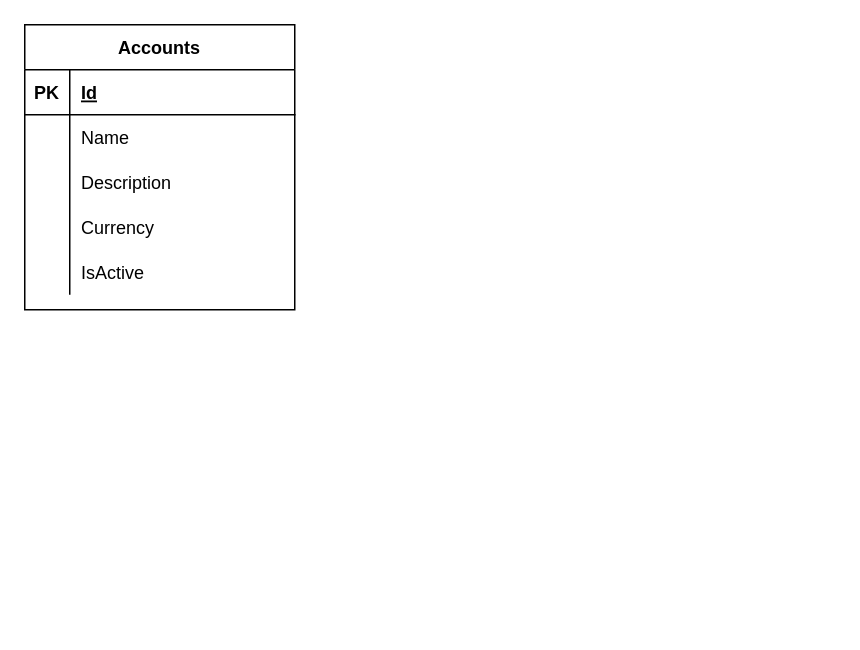
The draw.io diagram api/docs/database/database.drawio in My-Financial-Hub/core-api, before the edit. Source tidied: cells renumbered, new cells numbered last; positions are measured from the earlier drawing's top-left corner, leaving out a move shared by most shapes. Both pictures are drawn from the tidied source at 150%, with x=0, y=0 at pixel (24, 24).
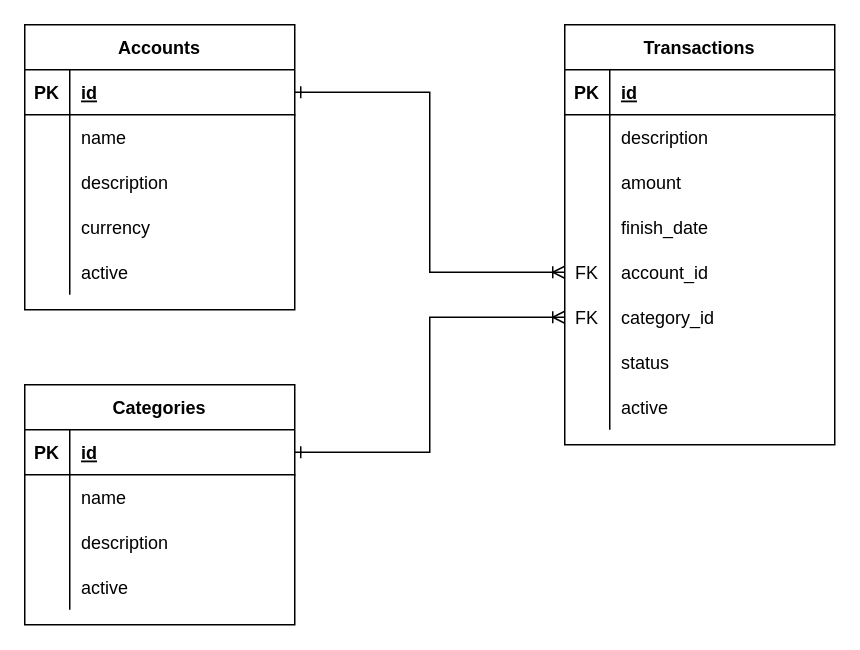
After the change.

Unchanged cells that the change refers to:
```xml
<mxCell id="3" style="shape=partialRectangle;fillColor=none;top=0;left=0;bottom=1;right=0;points=[[0,0.5],[1,0.5]];portConstraint=eastwest;" parent="2" vertex="1">
  <mxGeometry y="30" width="180" height="30" as="geometry" />
</mxCell>
<mxCell id="6" style="shape=partialRectangle;fillColor=none;top=0;left=0;bottom=0;right=0;" parent="2" vertex="1">
  <mxGeometry y="60" width="180" height="30" as="geometry" />
</mxCell>
<mxCell id="9" style="shape=partialRectangle;fillColor=none;top=0;left=0;bottom=0;right=0;" parent="2" vertex="1">
  <mxGeometry y="90" width="180" height="30" as="geometry" />
</mxCell>
<mxCell id="12" style="shape=partialRectangle;fillColor=none;top=0;left=0;bottom=0;right=0;" parent="2" vertex="1">
  <mxGeometry y="120" width="180" height="30" as="geometry" />
</mxCell>
<mxCell id="15" style="shape=partialRectangle;fillColor=none;top=0;left=0;bottom=0;right=0;" parent="2" vertex="1">
  <mxGeometry y="150" width="180" height="30" as="geometry" />
</mxCell>
```

The edit, as a diff of the source:
```diff
@@
-    <mxCell id="5" value="Id" style="shape=partialRectangle;fillColor=none;top=0;left=0;bottom=0;right=0;align=left;spacingLeft=6;fontStyle=5;overflow=hidden;" parent="3" vertex="1">
+    <mxCell id="5" value="id" style="shape=partialRectangle;fillColor=none;top=0;left=0;bottom=0;right=0;align=left;spacingLeft=6;fontStyle=5;overflow=hidden;" parent="3" vertex="1">
       <mxGeometry x="30" width="150" height="30" as="geometry" />
     </mxCell>
@@
-    <mxCell id="8" value="Name" style="shape=partialRectangle;fillColor=none;top=0;left=0;bottom=0;right=0;align=left;spacingLeft=6;overflow=hidden;" parent="6" vertex="1">
+    <mxCell id="8" value="name" style="shape=partialRectangle;fillColor=none;top=0;left=0;bottom=0;right=0;align=left;spacingLeft=6;overflow=hidden;" parent="6" vertex="1">
       <mxGeometry x="30" width="150" height="30" as="geometry" />
     </mxCell>
@@
-    <mxCell id="11" value="Description" style="shape=partialRectangle;fillColor=none;top=0;left=0;bottom=0;right=0;align=left;spacingLeft=6;overflow=hidden;" parent="9" vertex="1">
+    <mxCell id="11" value="description" style="shape=partialRectangle;fillColor=none;top=0;left=0;bottom=0;right=0;align=left;spacingLeft=6;overflow=hidden;" parent="9" vertex="1">
       <mxGeometry x="30" width="150" height="30" as="geometry" />
     </mxCell>
@@
-    <mxCell id="14" value="Currency" style="shape=partialRectangle;fillColor=none;top=0;left=0;bottom=0;right=0;align=left;spacingLeft=6;overflow=hidden;" parent="12" vertex="1">
+    <mxCell id="14" value="currency" style="shape=partialRectangle;fillColor=none;top=0;left=0;bottom=0;right=0;align=left;spacingLeft=6;overflow=hidden;" parent="12" vertex="1">
       <mxGeometry x="30" width="150" height="30" as="geometry" />
     </mxCell>
@@
-    <mxCell id="17" value="IsActive" style="shape=partialRectangle;fillColor=none;top=0;left=0;bottom=0;right=0;align=left;spacingLeft=6;overflow=hidden;" parent="15" vertex="1">
+    <mxCell id="17" value="active" style="shape=partialRectangle;fillColor=none;top=0;left=0;bottom=0;right=0;align=left;spacingLeft=6;overflow=hidden;" parent="15" vertex="1">
       <mxGeometry x="30" width="150" height="30" as="geometry" />
     </mxCell>
+    <mxCell id="18" value="Categories" style="shape=table;startSize=30;childLayout=tableLayout;rowLines=0;fontStyle=1;align=center;" parent="1" vertex="1">
+      <mxGeometry y="240" width="180" height="160" as="geometry" />
+    </mxCell>
+    <mxCell id="19" style="shape=partialRectangle;fillColor=none;top=0;left=0;bottom=1;right=0;points=[[0,0.5],[1,0.5]];portConstraint=eastwest;" parent="18" vertex="1">
+      <mxGeometry y="30" width="180" height="30" as="geometry" />
+    </mxCell>
+    <mxCell id="20" value="PK" style="shape=partialRectangle;fillColor=none;top=0;left=0;bottom=0;right=0;fontStyle=1;overflow=hidden;" parent="19" vertex="1">
+      <mxGeometry width="30" height="30" as="geometry" />
+    </mxCell>
+    <mxCell id="21" value="id" style="shape=partialRectangle;fillColor=none;top=0;left=0;bottom=0;right=0;align=left;spacingLeft=6;fontStyle=5;overflow=hidden;" parent="19" vertex="1">
+      <mxGeometry x="30" width="150" height="30" as="geometry" />
+    </mxCell>
+    <mxCell id="22" style="shape=partialRectangle;fillColor=none;top=0;left=0;bottom=0;right=0;" parent="18" vertex="1">
+      <mxGeometry y="60" width="180" height="30" as="geometry" />
+    </mxCell>
+    <mxCell id="23" style="shape=partialRectangle;fillColor=none;top=0;left=0;bottom=0;right=0;overflow=hidden;" parent="22" vertex="1">
+      <mxGeometry width="30" height="30" as="geometry" />
+    </mxCell>
+    <mxCell id="24" value="name" style="shape=partialRectangle;fillColor=none;top=0;left=0;bottom=0;right=0;align=left;spacingLeft=6;overflow=hidden;" parent="22" vertex="1">
+      <mxGeometry x="30" width="150" height="30" as="geometry" />
+    </mxCell>
+    <mxCell id="25" style="shape=partialRectangle;fillColor=none;top=0;left=0;bottom=0;right=0;" parent="18" vertex="1">
+      <mxGeometry y="90" width="180" height="30" as="geometry" />
+    </mxCell>
+    <mxCell id="26" style="shape=partialRectangle;fillColor=none;top=0;left=0;bottom=0;right=0;overflow=hidden;" parent="25" vertex="1">
+      <mxGeometry width="30" height="30" as="geometry" />
+    </mxCell>
+    <mxCell id="27" value="description" style="shape=partialRectangle;fillColor=none;top=0;left=0;bottom=0;right=0;align=left;spacingLeft=6;overflow=hidden;" parent="25" vertex="1">
+      <mxGeometry x="30" width="150" height="30" as="geometry" />
+    </mxCell>
+    <mxCell id="28" style="shape=partialRectangle;fillColor=none;top=0;left=0;bottom=0;right=0;" parent="18" vertex="1">
+      <mxGeometry y="120" width="180" height="30" as="geometry" />
+    </mxCell>
+    <mxCell id="29" style="shape=partialRectangle;fillColor=none;top=0;left=0;bottom=0;right=0;overflow=hidden;" parent="28" vertex="1">
+      <mxGeometry width="30" height="30" as="geometry" />
+    </mxCell>
+    <mxCell id="30" value="active" style="shape=partialRectangle;fillColor=none;top=0;left=0;bottom=0;right=0;align=left;spacingLeft=6;overflow=hidden;" parent="28" vertex="1">
+      <mxGeometry x="30" width="150" height="30" as="geometry" />
+    </mxCell>
+    <mxCell id="31" value="Transactions" style="shape=table;startSize=30;childLayout=tableLayout;rowLines=0;fontStyle=1;align=center;" parent="1" vertex="1">
+      <mxGeometry x="360" width="180" height="280" as="geometry" />
+    </mxCell>
+    <mxCell id="32" style="shape=partialRectangle;fillColor=none;top=0;left=0;bottom=1;right=0;" parent="31" vertex="1">
+      <mxGeometry y="30" width="180" height="30" as="geometry" />
+    </mxCell>
+    <mxCell id="33" value="PK" style="shape=partialRectangle;fillColor=none;top=0;left=0;bottom=0;right=0;fontStyle=1;overflow=hidden;" parent="32" vertex="1">
+      <mxGeometry width="30" height="30" as="geometry" />
+    </mxCell>
+    <mxCell id="34" value="id" style="shape=partialRectangle;fillColor=none;top=0;left=0;bottom=0;right=0;align=left;spacingLeft=6;fontStyle=5;overflow=hidden;" parent="32" vertex="1">
+      <mxGeometry x="30" width="150" height="30" as="geometry" />
+    </mxCell>
+    <mxCell id="35" style="shape=partialRectangle;fillColor=none;top=0;left=0;bottom=0;right=0;" parent="31" vertex="1">
+      <mxGeometry y="60" width="180" height="30" as="geometry" />
+    </mxCell>
+    <mxCell id="36" style="shape=partialRectangle;fillColor=none;top=0;left=0;bottom=0;right=0;overflow=hidden;" parent="35" vertex="1">
+      <mxGeometry width="30" height="30" as="geometry" />
+    </mxCell>
+    <mxCell id="37" value="description" style="shape=partialRectangle;fillColor=none;top=0;left=0;bottom=0;right=0;align=left;spacingLeft=6;overflow=hidden;" parent="35" vertex="1">
+      <mxGeometry x="30" width="150" height="30" as="geometry" />
+    </mxCell>
+    <mxCell id="38" style="shape=partialRectangle;fillColor=none;top=0;left=0;bottom=0;right=0;" parent="31" vertex="1">
+      <mxGeometry y="90" width="180" height="30" as="geometry" />
+    </mxCell>
+    <mxCell id="39" style="shape=partialRectangle;fillColor=none;top=0;left=0;bottom=0;right=0;overflow=hidden;" parent="38" vertex="1">
+      <mxGeometry width="30" height="30" as="geometry" />
+    </mxCell>
+    <mxCell id="40" value="amount" style="shape=partialRectangle;fillColor=none;top=0;left=0;bottom=0;right=0;align=left;spacingLeft=6;overflow=hidden;" parent="38" vertex="1">
+      <mxGeometry x="30" width="150" height="30" as="geometry" />
+    </mxCell>
+    <mxCell id="41" style="shape=partialRectangle;fillColor=none;top=0;left=0;bottom=0;right=0;" parent="31" vertex="1">
+      <mxGeometry y="120" width="180" height="30" as="geometry" />
+    </mxCell>
+    <mxCell id="42" style="shape=partialRectangle;fillColor=none;top=0;left=0;bottom=0;right=0;overflow=hidden;" parent="41" vertex="1">
+      <mxGeometry width="30" height="30" as="geometry" />
+    </mxCell>
+    <mxCell id="43" value="finish_date" style="shape=partialRectangle;fillColor=none;top=0;left=0;bottom=0;right=0;align=left;spacingLeft=6;overflow=hidden;" parent="41" vertex="1">
+      <mxGeometry x="30" width="150" height="30" as="geometry" />
+    </mxCell>
+    <mxCell id="44" style="shape=partialRectangle;fillColor=none;top=0;left=0;bottom=0;right=0;points=[[0,0.5],[1,0.5]];portConstraint=eastwest;" parent="31" vertex="1">
+      <mxGeometry y="150" width="180" height="30" as="geometry" />
+    </mxCell>
+    <mxCell id="45" value="FK" style="shape=partialRectangle;fillColor=none;top=0;left=0;bottom=0;right=0;overflow=hidden;" parent="44" vertex="1">
+      <mxGeometry width="30" height="30" as="geometry" />
+    </mxCell>
+    <mxCell id="46" value="account_id" style="shape=partialRectangle;fillColor=none;top=0;left=0;bottom=0;right=0;align=left;spacingLeft=6;overflow=hidden;" parent="44" vertex="1">
+      <mxGeometry x="30" width="150" height="30" as="geometry" />
+    </mxCell>
+    <mxCell id="47" style="shape=partialRectangle;fillColor=none;top=0;left=0;bottom=0;right=0;points=[[0,0.5],[1,0.5]];portConstraint=eastwest;" parent="31" vertex="1">
+      <mxGeometry y="180" width="180" height="30" as="geometry" />
+    </mxCell>
+    <mxCell id="48" value="FK" style="shape=partialRectangle;fillColor=none;top=0;left=0;bottom=0;right=0;overflow=hidden;" parent="47" vertex="1">
+      <mxGeometry width="30" height="30" as="geometry" />
+    </mxCell>
+    <mxCell id="49" value="category_id" style="shape=partialRectangle;fillColor=none;top=0;left=0;bottom=0;right=0;align=left;spacingLeft=6;overflow=hidden;" parent="47" vertex="1">
+      <mxGeometry x="30" width="150" height="30" as="geometry" />
+    </mxCell>
+    <mxCell id="50" style="shape=partialRectangle;fillColor=none;top=0;left=0;bottom=0;right=0;" parent="31" vertex="1">
+      <mxGeometry y="210" width="180" height="30" as="geometry" />
+    </mxCell>
+    <mxCell id="51" style="shape=partialRectangle;fillColor=none;top=0;left=0;bottom=0;right=0;overflow=hidden;" parent="50" vertex="1">
+      <mxGeometry width="30" height="30" as="geometry" />
+    </mxCell>
+    <mxCell id="52" value="status" style="shape=partialRectangle;fillColor=none;top=0;left=0;bottom=0;right=0;align=left;spacingLeft=6;overflow=hidden;" parent="50" vertex="1">
+      <mxGeometry x="30" width="150" height="30" as="geometry" />
+    </mxCell>
+    <mxCell id="53" style="shape=partialRectangle;fillColor=none;top=0;left=0;bottom=0;right=0;" parent="31" vertex="1">
+      <mxGeometry y="240" width="180" height="30" as="geometry" />
+    </mxCell>
+    <mxCell id="54" style="shape=partialRectangle;fillColor=none;top=0;left=0;bottom=0;right=0;overflow=hidden;" parent="53" vertex="1">
+      <mxGeometry width="30" height="30" as="geometry" />
+    </mxCell>
+    <mxCell id="55" value="active" style="shape=partialRectangle;fillColor=none;top=0;left=0;bottom=0;right=0;align=left;spacingLeft=6;overflow=hidden;" parent="53" vertex="1">
+      <mxGeometry x="30" width="150" height="30" as="geometry" />
+    </mxCell>
+    <mxCell id="56" style="edgeStyle=orthogonalEdgeStyle;rounded=0;jettySize=auto;html=1;entryX=0;entryY=0.5;entryDx=0;entryDy=0;startArrow=ERone;startFill=0;endArrow=ERoneToMany;endFill=0;" parent="1" edge="1" source="3" target="44">
+      <mxGeometry relative="1" as="geometry" />
+    </mxCell>
+    <mxCell id="57" style="edgeStyle=orthogonalEdgeStyle;rounded=0;jettySize=auto;html=1;entryX=0;entryY=0.5;entryDx=0;entryDy=0;startArrow=ERone;startFill=0;endArrow=ERoneToMany;endFill=0;" parent="1" edge="1" source="19" target="47">
+      <mxGeometry relative="1" as="geometry" />
+    </mxCell>
```
